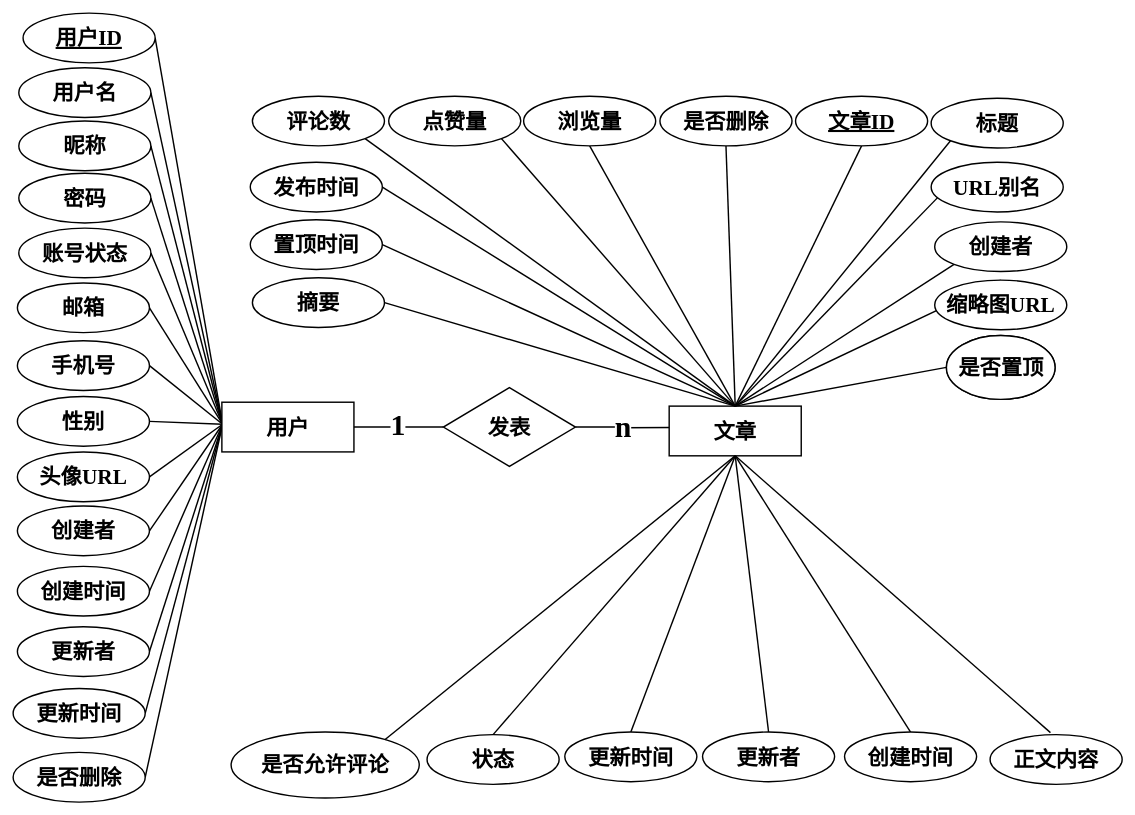
The draw.io diagram graph/文章核心模块.drawio in zhangbird050801/bird-blog, before the edit. Source tidied: cells renumbered, new cells numbered last; positions are measured from the earlier drawing's top-left corner, leaving out a move shared by most shapes. Both pictures are drawn from the tidied source at 71%, with x=0, y=0 at pixel (13, 13).
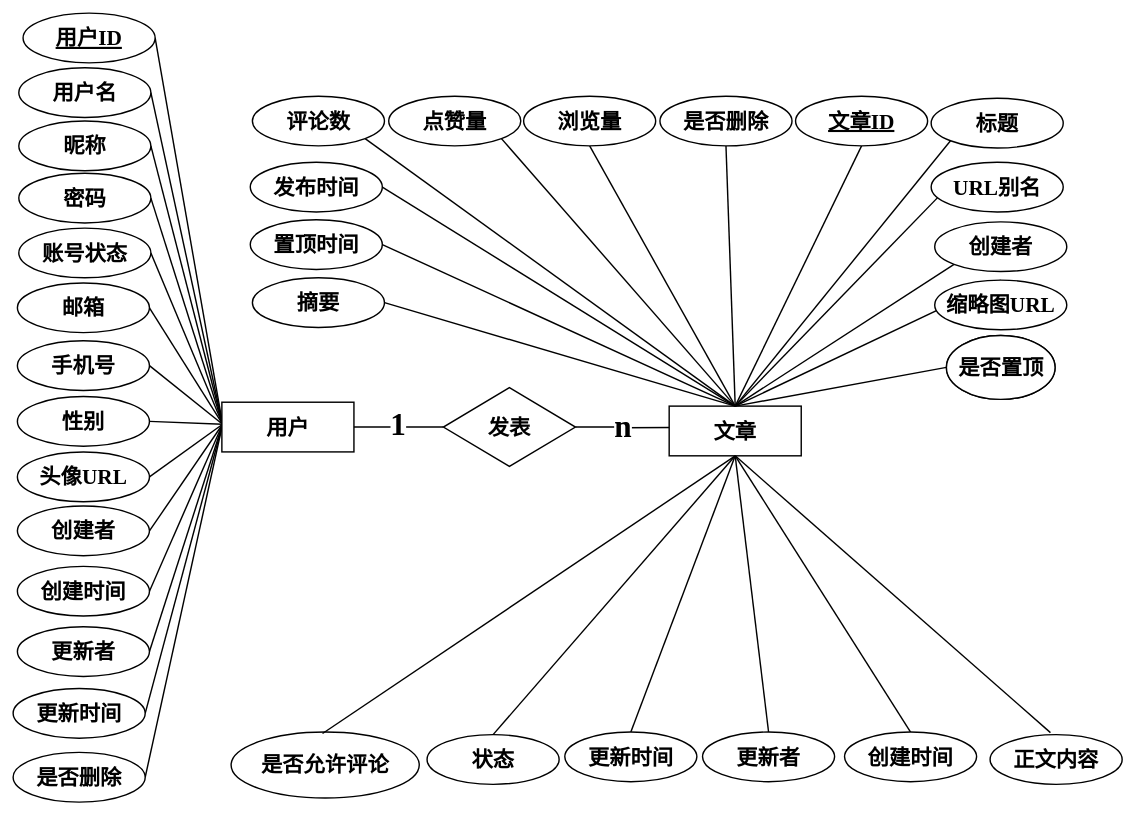
The same page after the edit.

Commit message (it also covers changes not shown here):
更新文章核心模块.drawio

The change refers to these unchanged cells:
```xml
<mxCell id="31" style="edgeStyle=orthogonalEdgeStyle;rounded=0;jettySize=auto;html=1;entryX=0;entryY=0.5;entryDx=0;entryDy=0;endArrow=none;endFill=0;fontSize=30;fontFamily=Times New Roman;strokeColor=default;strokeWidth=2;align=center;verticalAlign=middle;fontColor=default;labelBackgroundColor=default;fontStyle=1;exitX=1;exitY=0.5;exitDx=0;exitDy=0;" parent="1" edge="1" source="29" target="35">
  <mxGeometry relative="1" as="geometry" />
</mxCell>
<mxCell id="33" style="edgeStyle=orthogonalEdgeStyle;rounded=0;jettySize=auto;html=1;exitX=1;exitY=0.5;exitDx=0;exitDy=0;endArrow=none;endFill=0;fontSize=30;fontFamily=Times New Roman;strokeColor=default;strokeWidth=2;align=center;verticalAlign=middle;fontColor=default;labelBackgroundColor=default;fontStyle=1;" parent="1" edge="1" source="35">
  <mxGeometry relative="1" as="geometry">
    <mxPoint x="928" y="583.5" as="targetPoint" />
  </mxGeometry>
</mxCell>
<mxCell id="36" value="文章" style="rounded=0;whiteSpace=wrap;html=1;fontSize=30;fontFamily=Times New Roman;strokeColor=default;strokeWidth=2;align=center;verticalAlign=middle;fontColor=default;labelBackgroundColor=default;fontStyle=1;" parent="1" vertex="1">
  <mxGeometry x="924" y="553.5" width="186" height="70" as="geometry" />
</mxCell>
<mxCell id="60" value="是否允许评论" style="whiteSpace=wrap;html=1;shape=ellipse;perimeter=ellipsePerimeter;fontSize=30;fontFamily=Times New Roman;rounded=0;strokeColor=default;strokeWidth=2;align=center;verticalAlign=middle;fontColor=default;labelBackgroundColor=default;fontStyle=1;" parent="1" vertex="1">
  <mxGeometry x="307" y="1012.5" width="265" height="93" as="geometry" />
</mxCell>
```

Diff of the diagram source:
```diff
@@
-    <mxCell id="32" value="1" style="edgeLabel;html=1;align=center;verticalAlign=middle;fontSize=42;fontFamily=Times New Roman;fontColor=default;labelBackgroundColor=default;fillColor=none;gradientColor=none;rounded=0;strokeColor=default;strokeWidth=2;fontStyle=1;" parent="31" vertex="1">
+    <mxCell id="32" value="1" style="edgeLabel;html=1;align=center;verticalAlign=middle;fontSize=44;fontFamily=Times New Roman;fontColor=default;labelBackgroundColor=default;fillColor=none;gradientColor=none;rounded=0;strokeColor=default;strokeWidth=2;fontStyle=1;" parent="31" vertex="1">
       <mxGeometry x="-0.02" y="3" relative="1" as="geometry">
         <mxPoint x="-1" as="offset" />
       </mxGeometry>
     </mxCell>
@@
-    <mxCell id="34" value="n" style="edgeLabel;html=1;align=center;verticalAlign=middle;fontSize=42;fontFamily=Times New Roman;fontColor=default;labelBackgroundColor=default;fillColor=none;gradientColor=none;rounded=0;strokeColor=default;strokeWidth=2;fontStyle=1;" parent="33" vertex="1">
+    <mxCell id="34" value="n" style="edgeLabel;html=1;align=center;verticalAlign=middle;fontSize=44;fontFamily=Times New Roman;fontColor=default;labelBackgroundColor=default;fillColor=none;gradientColor=none;rounded=0;strokeColor=default;strokeWidth=2;fontStyle=1;" parent="33" vertex="1">
       <mxGeometry x="-0.04" relative="1" as="geometry" />
     </mxCell>
@@
-    <mxCell id="73" style="rounded=0;jettySize=auto;html=1;exitX=0.817;exitY=0.117;exitDx=0;exitDy=0;endArrow=none;endFill=0;fontSize=30;fontFamily=Times New Roman;entryX=0.5;entryY=1;entryDx=0;entryDy=0;strokeColor=default;strokeWidth=2;align=center;verticalAlign=middle;fontColor=default;labelBackgroundColor=default;fontStyle=1;exitPerimeter=0;" parent="1" edge="1" source="60" target="36">
+    <mxCell id="73" style="rounded=0;jettySize=auto;html=1;exitX=0.486;exitY=0.023;exitDx=0;exitDy=0;endArrow=none;endFill=0;fontSize=30;fontFamily=Times New Roman;entryX=0.5;entryY=1;entryDx=0;entryDy=0;strokeColor=default;strokeWidth=2;align=center;verticalAlign=middle;fontColor=default;labelBackgroundColor=default;fontStyle=1;exitPerimeter=0;" parent="1" edge="1" source="60" target="36">
       <mxGeometry relative="1" as="geometry" />
     </mxCell>
```
